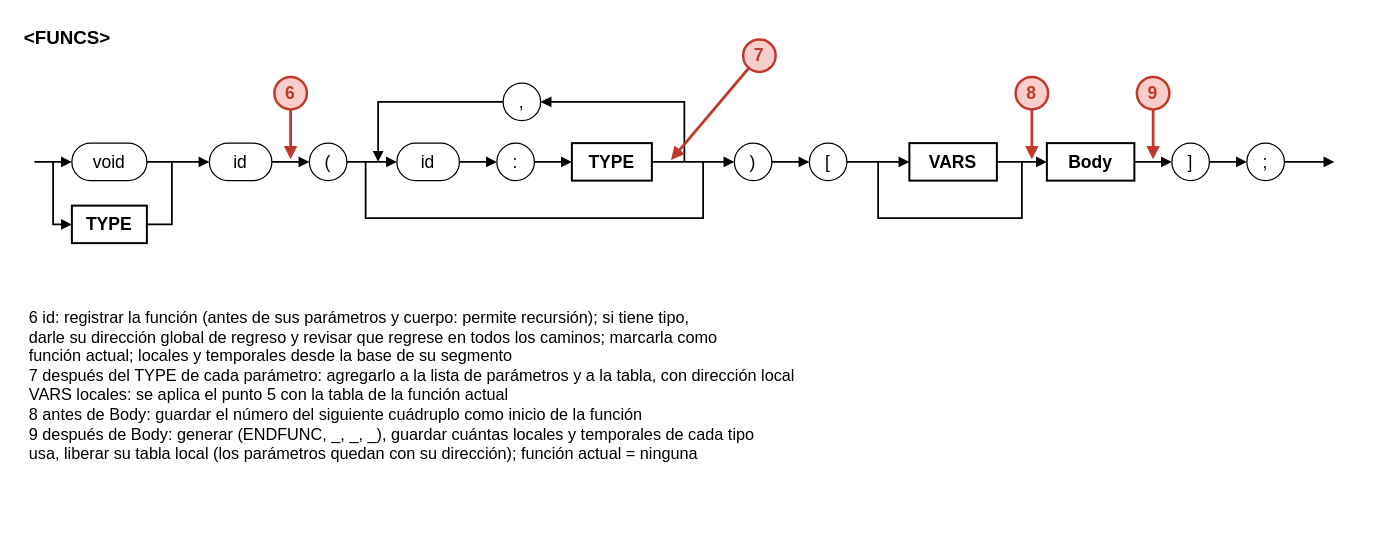
This is page "<FUNCS>" (3 of 14) of docs/diagramas/BabyDuck_puntos_neuralgicos.drawio from mykrex/compilador, a draw.io file, before an edit. Source tidied: cells renumbered, new cells numbered last; positions are measured from the earlier drawing's top-left corner, leaving out a move shared by most shapes. Both pictures are drawn from the tidied source at 125%, with x=0, y=0 at pixel (21, 21).
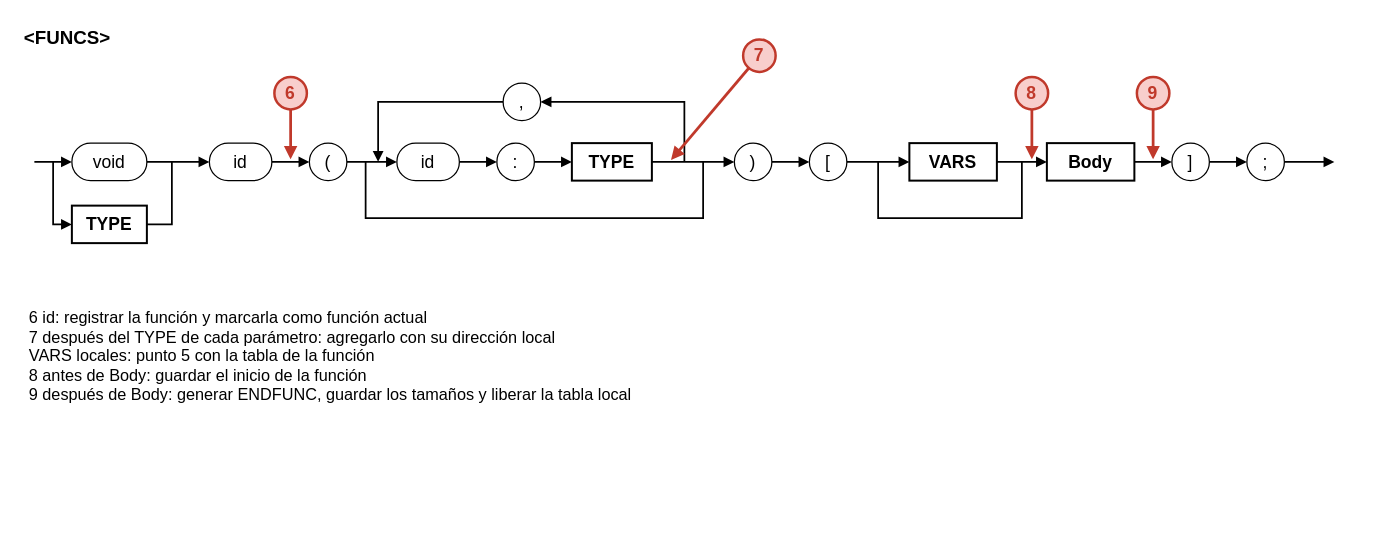
The same page after the edit.

Diff of the diagram source:
```diff
@@
-    <mxCell id="44" value="6  id: registrar la función (antes de sus parámetros y cuerpo: permite recursión); si tiene tipo,&#10;   darle su dirección global de regreso y revisar que regrese en todos los caminos; marcarla como&#10;   función actual; locales y temporales desde la base de su segmento&#10;7  después del TYPE de cada parámetro: agregarlo a la lista de parámetros y a la tabla, con dirección local&#10;   VARS locales: se aplica el punto 5 con la tabla de la función actual&#10;8  antes de Body: guardar el número del siguiente cuádruplo como inicio de la función&#10;9  después de Body: generar (ENDFUNC, _, _, _), guardar cuántas locales y temporales de cada tipo&#10;   usa, liberar su tabla local (los parámetros quedan con su dirección); función actual = ninguna" style="text;html=0;whiteSpace=wrap;fillColor=none;strokeColor=none;fontColor=#000000;align=left;verticalAlign=top;fontFamily=Arial;fontSize=13;spacingLeft=4;" parent="1" vertex="1">
-      <mxGeometry y="222" width="1070" height="170" as="geometry" />
+    <mxCell id="44" value="6  id: registrar la función y marcarla como función actual&#10;7  después del TYPE de cada parámetro: agregarlo con su dirección local&#10;   VARS locales: punto 5 con la tabla de la función&#10;8  antes de Body: guardar el inicio de la función&#10;9  después de Body: generar ENDFUNC, guardar los tamaños y liberar la tabla local" style="text;html=0;whiteSpace=wrap;fillColor=none;strokeColor=none;fontColor=#000000;align=left;verticalAlign=top;fontFamily=Arial;fontSize=13;spacingLeft=4;" parent="1" vertex="1">
+      <mxGeometry y="222" width="530" height="90" as="geometry" />
     </mxCell>
```
